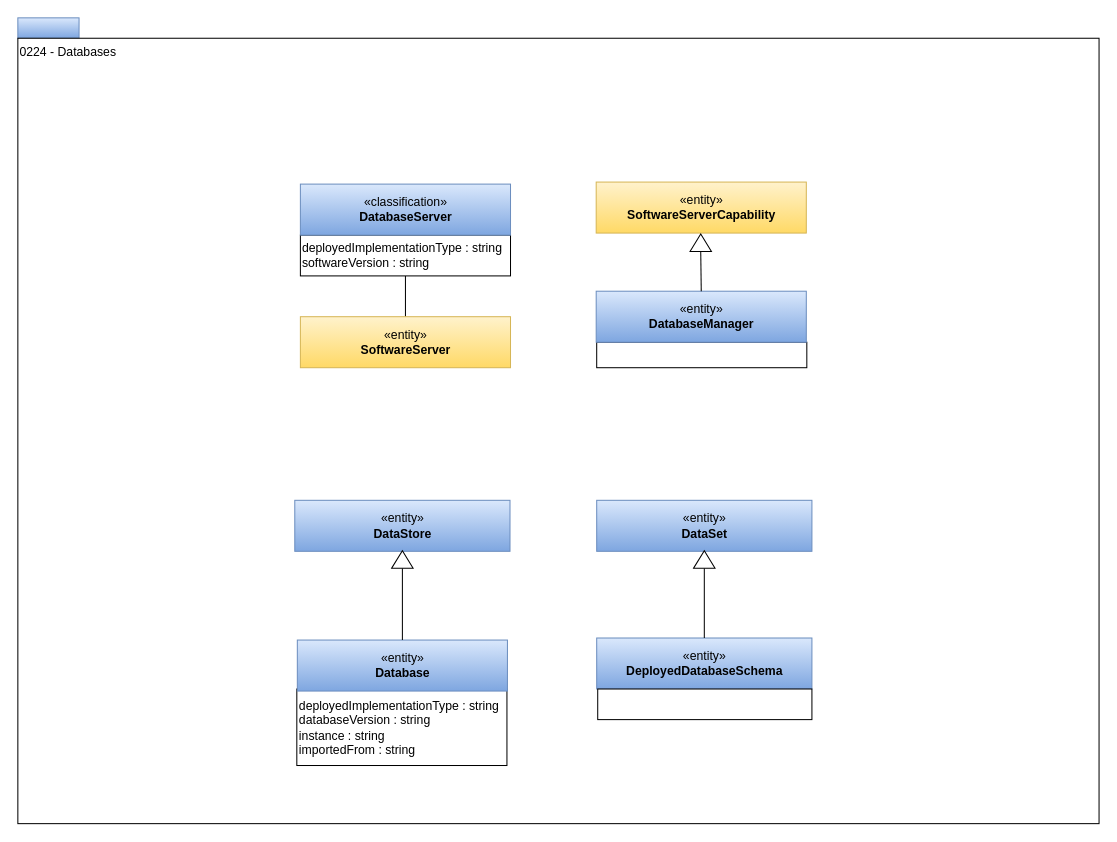
odpi/egeria keeps this draw.io diagram as page "0224-Databases" (12 of 21) of open-metadata-publication/website/open-metadata-types/area-2-assets.drawio. Above is the earlier version. Source tidied: cells renumbered, new cells numbered last; positions are measured from the earlier drawing's top-left corner, leaving out a move shared by most shapes. Both pictures are drawn from the tidied source at 102%, with x=0, y=0 at pixel (17, 17).
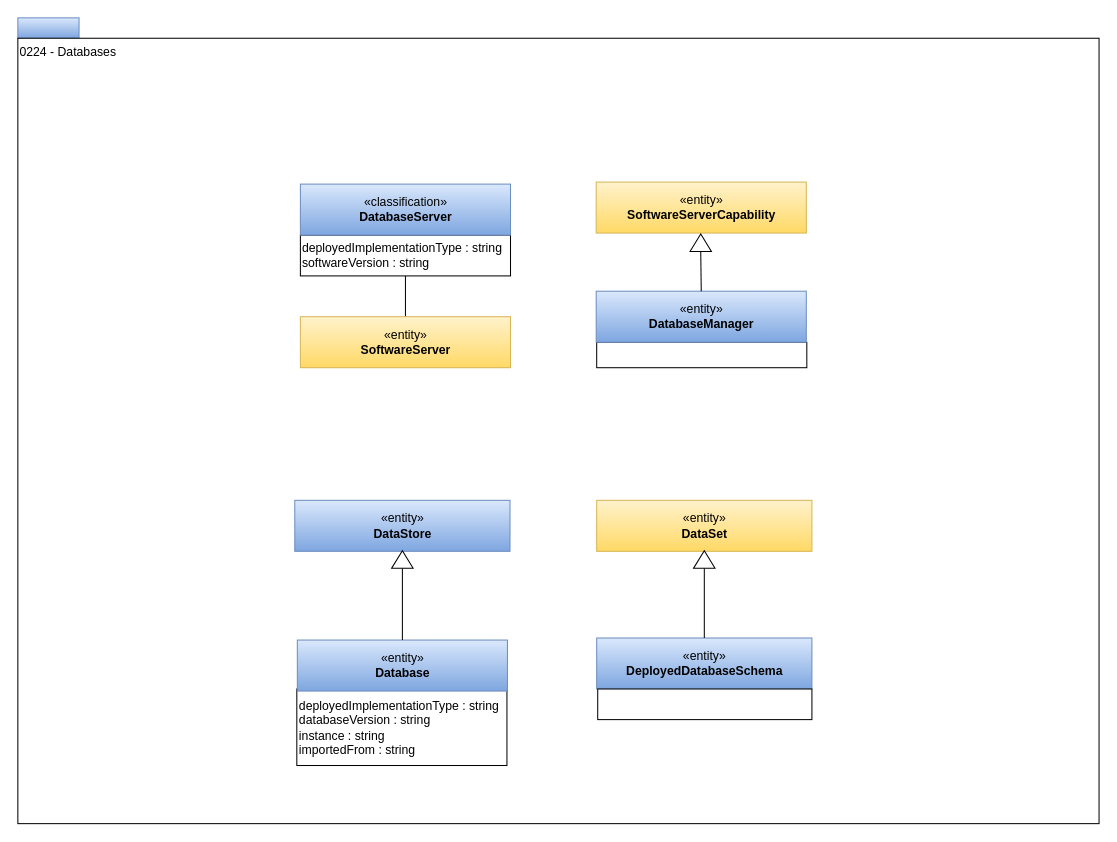
Above is the later version.

The edit, as a diff of the source:
```diff
@@
-    <mxCell id="10" value="«entity»&lt;br&gt;&lt;b&gt;DataSet&lt;/b&gt;" style="html=1;strokeColor=#6c8ebf;align=center;fillColor=#dae8fc;gradientColor=#7ea6e0;" parent="1" vertex="1">
+    <mxCell id="10" value="«entity»&lt;br&gt;&lt;b&gt;DataSet&lt;/b&gt;" style="html=1;strokeColor=#d6b656;align=center;fillColor=#fff2cc;gradientColor=#ffd966;" parent="1" vertex="1">
       <mxGeometry x="567.5" y="473" width="211" height="50" as="geometry" />
     </mxCell>
```
